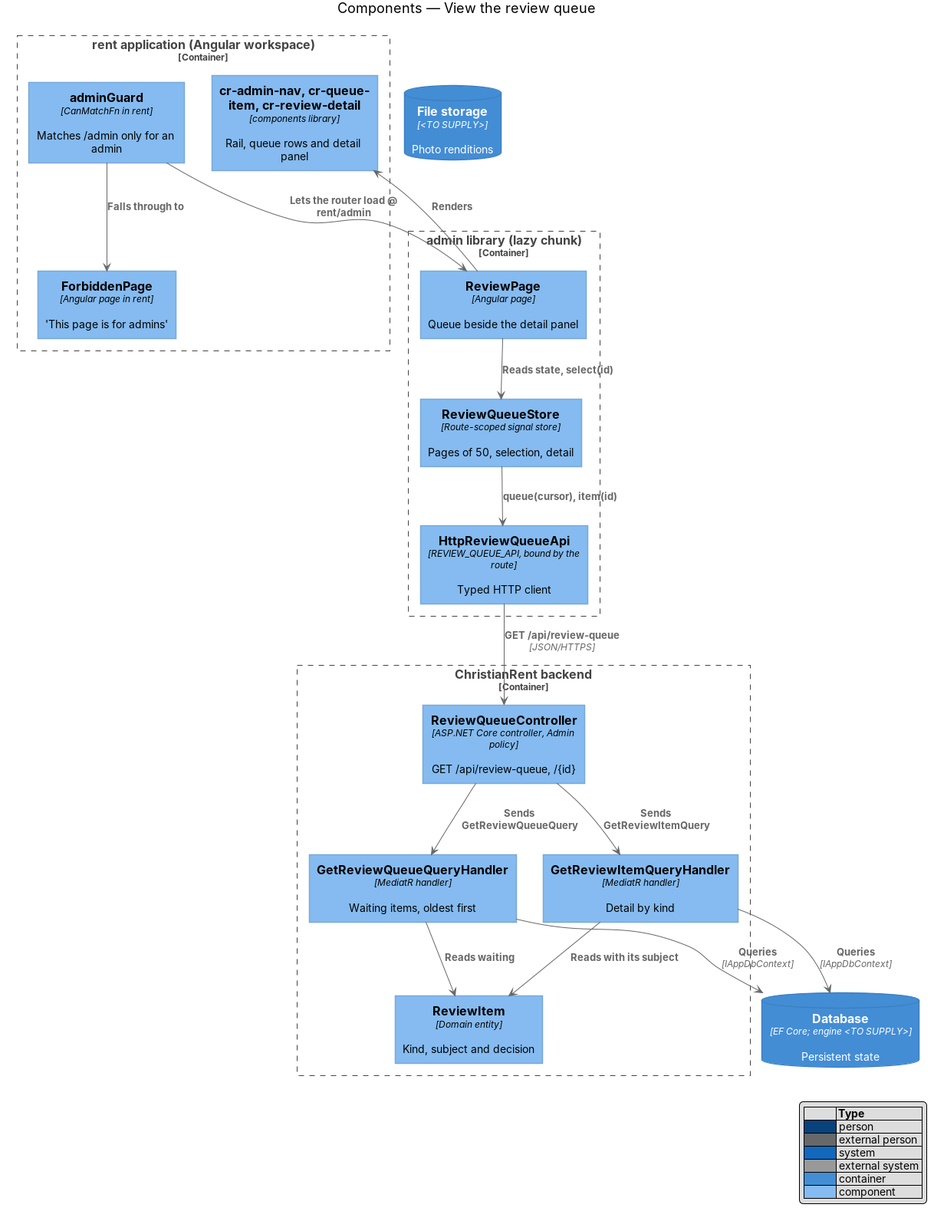
Above: docs/detailed-designs/review/view-review-queue/diagrams/c4-component.png in QuinntyneBrown/christian-rent (PlantUML), before the change. Its source is kept beside it as docs/detailed-designs/review/view-review-queue/diagrams/c4-component.puml.
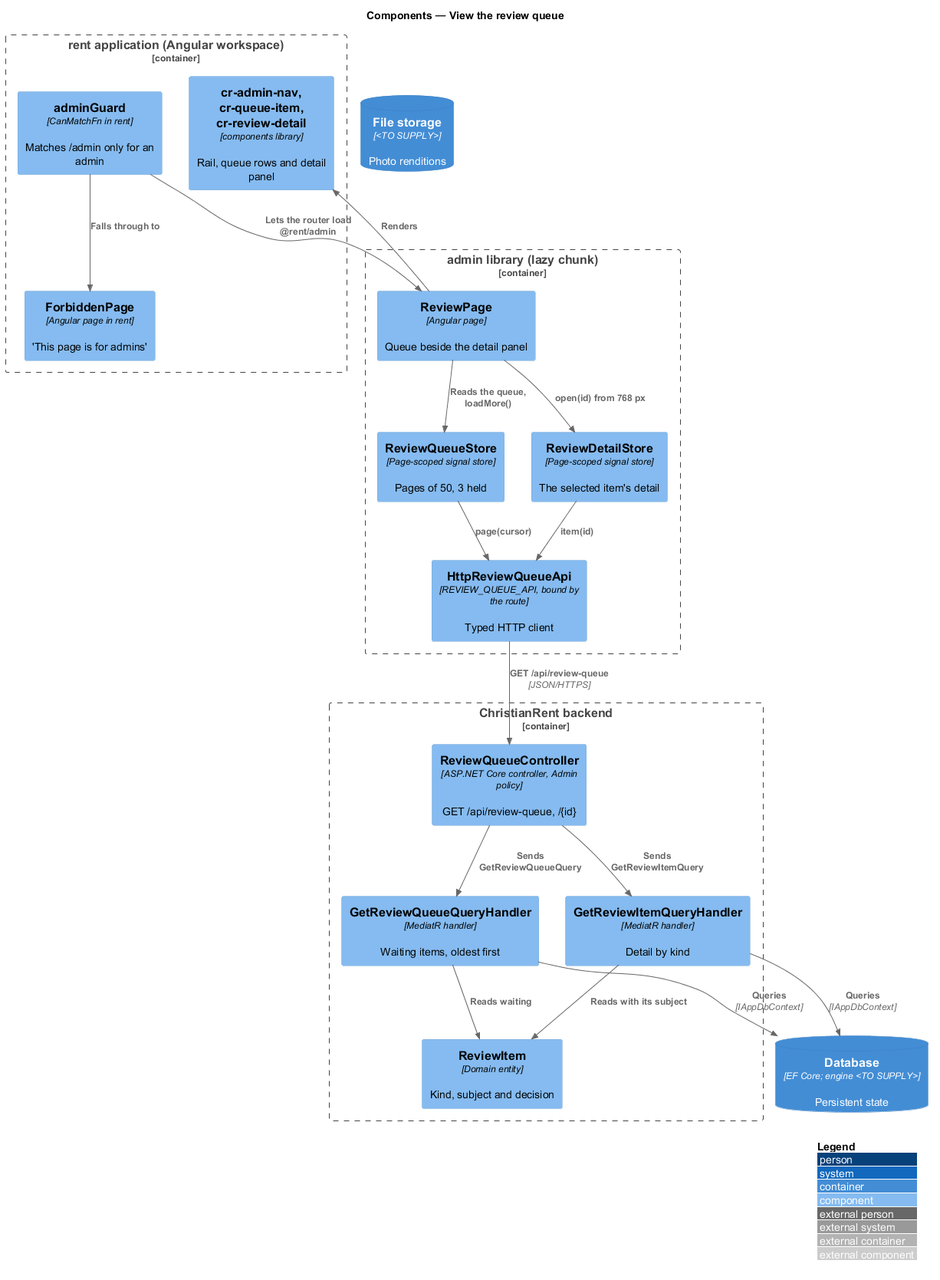
The same diagram one commit later.

Diff of the diagram source:
```diff
@@ -10,7 +10,8 @@
 }
 Container_Boundary(admlib, "admin library (lazy chunk)") {
   Component(page, "ReviewPage", "Angular page", "Queue beside the detail panel")
-  Component(store, "ReviewQueueStore", "Route-scoped signal store", "Pages of 50, selection, detail")
+  Component(store, "ReviewQueueStore", "Page-scoped signal store", "Pages of 50, 3 held")
+  Component(dstore, "ReviewDetailStore", "Page-scoped signal store", "The selected item's detail")
   Component(client, "HttpReviewQueueApi", "REVIEW_QUEUE_API, bound by the route", "Typed HTTP client")
 }
 Container_Boundary(api, "ChristianRent backend") {
@@ -23,9 +24,11 @@
 ContainerDb(files, "File storage", "<TO SUPPLY>", "Photo renditions")
 Rel(guard, page, "Lets the router load @rent/admin")
 Rel(guard, forbid, "Falls through to")
-Rel(page, store, "Reads state, select(id)")
+Rel(page, store, "Reads the queue, loadMore()")
+Rel(page, dstore, "open(id) from 768 px")
 Rel(page, ui, "Renders")
-Rel(store, client, "queue(cursor), item(id)")
+Rel(store, client, "page(cursor)")
+Rel(dstore, client, "item(id)")
 Rel(client, ctrl, "GET /api/review-queue", "JSON/HTTPS")
 Rel(ctrl, list, "Sends GetReviewQueueQuery")
 Rel(ctrl, det, "Sends GetReviewItemQuery")
```
